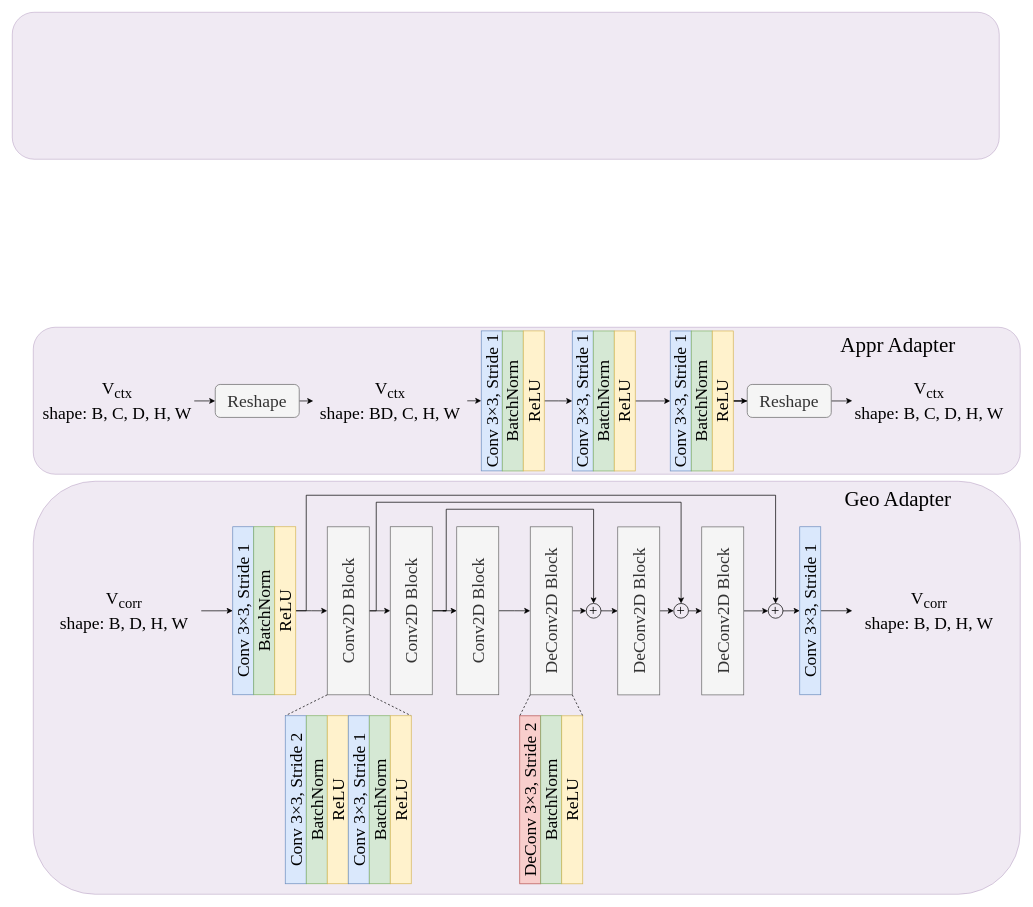
The draw.io diagram nerf_decoder.drawio in wangpinzhi/wangpinzhi.github.io, before the edit. Source tidied: cells renumbered, new cells numbered last; positions are measured from the earlier drawing's top-left corner, leaving out a move shared by most shapes. Both pictures are drawn from the tidied source at 70%, with x=0, y=0 at pixel (12, 12).
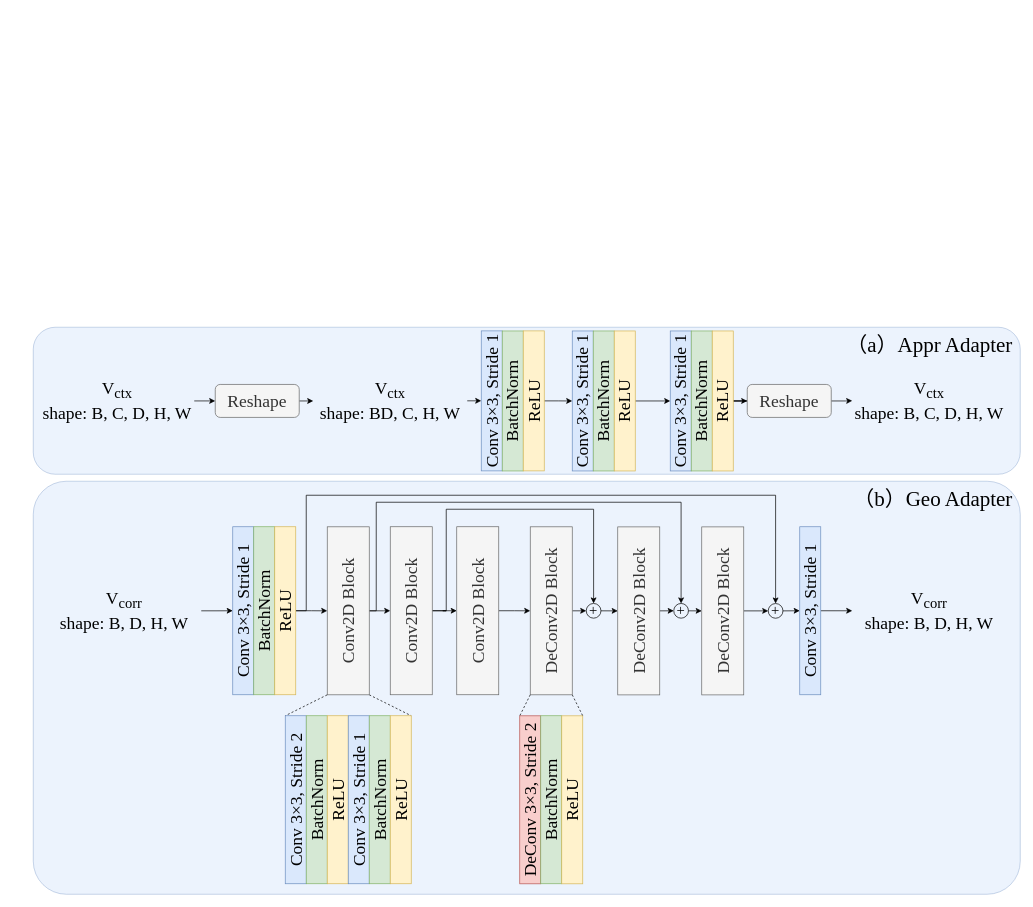
After the change.

Diff of the diagram source:
```diff
@@
-    <mxCell id="2" style="rounded=1;whiteSpace=wrap;html=1;fillColor=#e1d5e7;strokeColor=#9673a6;opacity=50;" parent="1" vertex="1">
+    <mxCell id="2" style="rounded=1;whiteSpace=wrap;html=1;fillColor=#dae8fc;strokeColor=#6c8ebf;opacity=50;arcSize=8;" parent="1" vertex="1">
       <mxGeometry x="30" y="670" width="1410" height="590" as="geometry" />
     </mxCell>
-    <mxCell id="3" style="rounded=1;whiteSpace=wrap;html=1;fillColor=#e1d5e7;strokeColor=#9673a6;opacity=50;" parent="1" vertex="1">
+    <mxCell id="3" style="rounded=1;whiteSpace=wrap;html=1;fillColor=#dae8fc;strokeColor=#6c8ebf;opacity=50;" parent="1" vertex="1">
       <mxGeometry x="30" y="450" width="1410" height="210" as="geometry" />
     </mxCell>
@@
-    <mxCell id="25" value="&lt;font&gt;Appr Adapter&lt;/font&gt;" style="text;html=1;align=center;verticalAlign=middle;strokeColor=none;fillColor=none;fontSize=30;fontFamily=Times New Roman;" parent="1" vertex="1">
-      <mxGeometry x="1170" y="450" width="190" height="50" as="geometry" />
+    <mxCell id="25" value="&lt;font&gt;（a）Appr Adapter&lt;/font&gt;" style="text;html=1;align=center;verticalAlign=middle;strokeColor=none;fillColor=none;fontSize=30;fontFamily=Times New Roman;" parent="1" vertex="1">
+      <mxGeometry x="1180" y="450" width="260" height="50" as="geometry" />
     </mxCell>
-    <mxCell id="26" style="rounded=1;whiteSpace=wrap;html=1;fillColor=#e1d5e7;strokeColor=#9673a6;opacity=50;" parent="1" vertex="1">
-      <mxGeometry width="1410" height="210" as="geometry" />
-    </mxCell>
@@
-    <mxCell id="70" value="&lt;font&gt;Geo Adapter&lt;/font&gt;" style="text;html=1;align=center;verticalAlign=middle;strokeColor=none;fillColor=none;fontSize=30;fontFamily=Times New Roman;" parent="1" vertex="1">
-      <mxGeometry x="1175" y="670" width="180" height="50" as="geometry" />
+    <mxCell id="70" value="&lt;font&gt;（b）Geo Adapter&lt;/font&gt;" style="text;html=1;align=center;verticalAlign=middle;strokeColor=none;fillColor=none;fontSize=30;fontFamily=Times New Roman;" parent="1" vertex="1">
+      <mxGeometry x="1190" y="670" width="250" height="50" as="geometry" />
     </mxCell>
```
